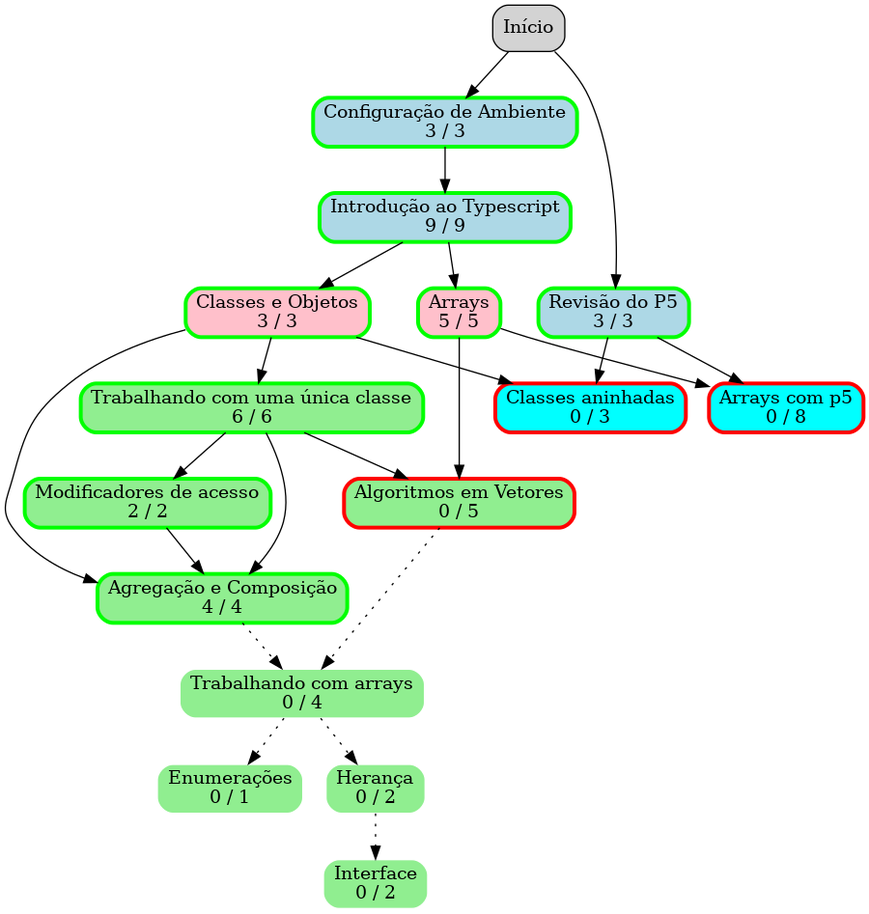
The Graphviz diagram graph.png in senapk/poots, before a commit. Its source is kept beside it as graph.dot. Source of this version:
```dot
digraph diag {
  node [penwidth=1, style="rounded,filled", shape=box]
  "Início" -> "Configuração de Ambiente\n3 / 3"
  "Configuração de Ambiente\n3 / 3" -> "Introdução ao Typescript\n9 / 9"
  "Início" -> "Revisão do P5\n3 / 3"
  "Introdução ao Typescript\n9 / 9" -> "Classes e Objetos\n3 / 3"
  "Introdução ao Typescript\n9 / 9" -> "Arrays\n5 / 5"
  "Classes e Objetos\n3 / 3" -> "Trabalhando com uma única classe\n6 / 6"
  "Trabalhando com uma única classe\n6 / 6" -> "Modificadores de acesso\n2 / 2"
  "Arrays\n5 / 5" -> "Algoritmos em Vetores\n0 / 5"
  "Trabalhando com uma única classe\n6 / 6" -> "Algoritmos em Vetores\n0 / 5"
  "Classes e Objetos\n3 / 3" -> "Agregação e Composição\n4 / 4"
  "Trabalhando com uma única classe\n6 / 6" -> "Agregação e Composição\n4 / 4"
  "Modificadores de acesso\n2 / 2" -> "Agregação e Composição\n4 / 4"
  "Algoritmos em Vetores\n0 / 5" -> "Trabalhando com arrays\n0 / 4" [style=dotted]
  "Agregação e Composição\n4 / 4" -> "Trabalhando com arrays\n0 / 4" [style=dotted]
  "Trabalhando com arrays\n0 / 4" -> "Enumerações\n0 / 1" [style=dotted]
  "Trabalhando com arrays\n0 / 4" -> "Herança\n0 / 2" [style=dotted]
  "Herança\n0 / 2" -> "Interface\n0 / 2" [style=dotted]
  "Revisão do P5\n3 / 3" -> "Classes aninhadas\n0 / 3"
  "Classes e Objetos\n3 / 3" -> "Classes aninhadas\n0 / 3"
  "Revisão do P5\n3 / 3" -> "Arrays com p5\n0 / 8"
  "Arrays\n5 / 5" -> "Arrays com p5\n0 / 8"
  "Configuração de Ambiente\n3 / 3" [shape=box, color=green, penwidth=3, fillcolor=lightblue]
  "Introdução ao Typescript\n9 / 9" [shape=box, color=green, penwidth=3, fillcolor=lightblue]
  "Revisão do P5\n3 / 3" [shape=box, color=green, penwidth=3, fillcolor=lightblue]
  "Classes e Objetos\n3 / 3" [shape=box, color=green, penwidth=3, fillcolor=pink]
  "Arrays\n5 / 5" [shape=box, color=green, penwidth=3, fillcolor=pink]
  "Trabalhando com uma única classe\n6 / 6" [shape=box, color=green, penwidth=3, fillcolor=lightgreen]
  "Modificadores de acesso\n2 / 2" [shape=box, color=green, penwidth=3, fillcolor=lightgreen]
  "Algoritmos em Vetores\n0 / 5" [shape=box, color=red, penwidth=3, fillcolor=lightgreen]
  "Agregação e Composição\n4 / 4" [shape=box, color=green, penwidth=3, fillcolor=lightgreen]
  "Trabalhando com arrays\n0 / 4" [shape=box, color=white, penwidth=1, fillcolor=lightgreen]
  "Enumerações\n0 / 1" [shape=box, color=white, penwidth=1, fillcolor=lightgreen]
  "Herança\n0 / 2" [shape=box, color=white, penwidth=1, fillcolor=lightgreen]
  "Interface\n0 / 2" [shape=box, color=white, penwidth=1, fillcolor=lightgreen]
  "Classes aninhadas\n0 / 3" [shape=box, color=red, penwidth=3, fillcolor=cyan]
  "Arrays com p5\n0 / 8" [shape=box, color=red, penwidth=3, fillcolor=cyan]
}
```
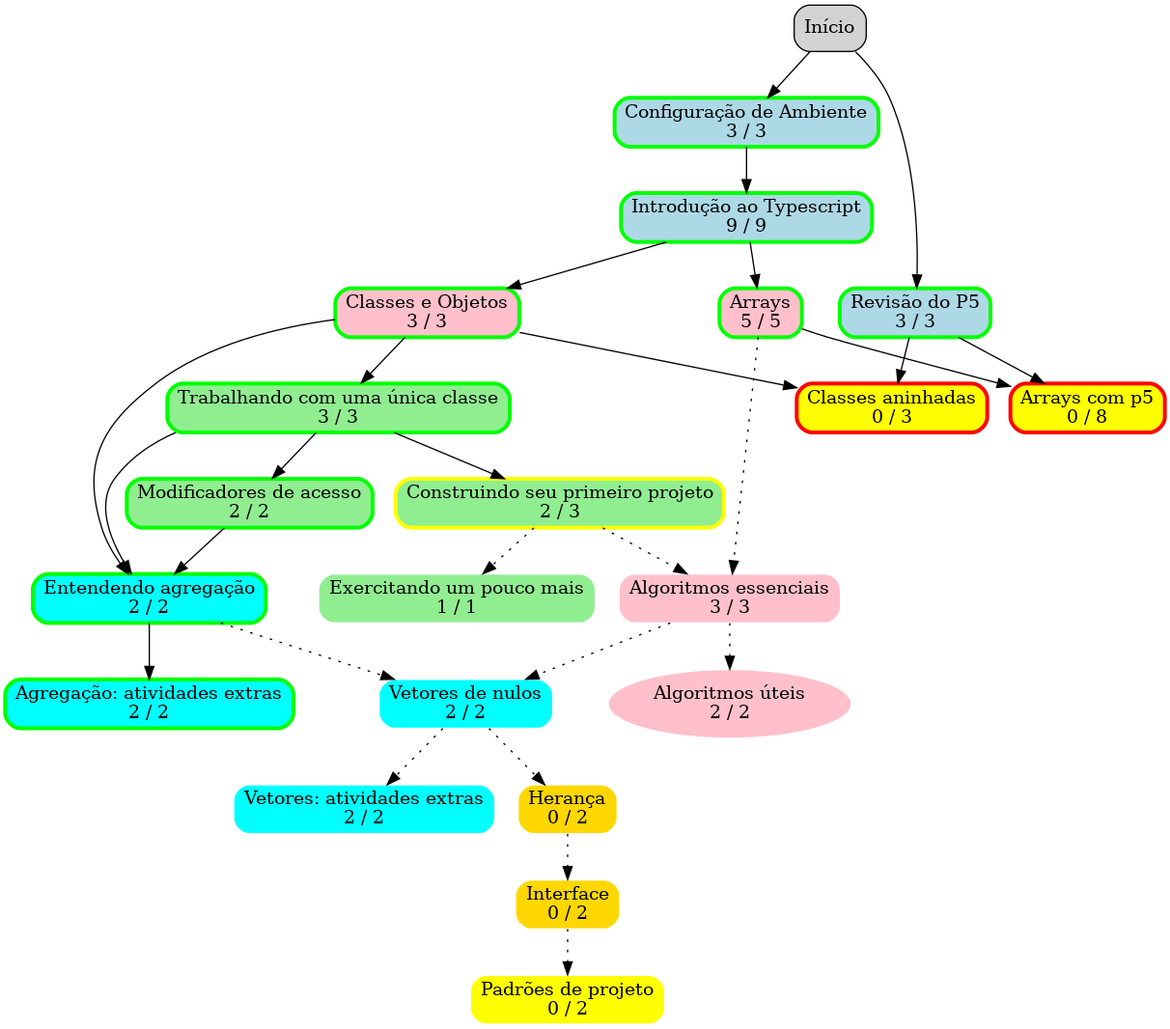
Later version of the same file.

Change to the diagram source:
```diff
@@ -5,35 +5,45 @@
   "Início" -> "Revisão do P5\n3 / 3"
   "Introdução ao Typescript\n9 / 9" -> "Classes e Objetos\n3 / 3"
   "Introdução ao Typescript\n9 / 9" -> "Arrays\n5 / 5"
-  "Classes e Objetos\n3 / 3" -> "Trabalhando com uma única classe\n6 / 6"
-  "Trabalhando com uma única classe\n6 / 6" -> "Modificadores de acesso\n2 / 2"
-  "Arrays\n5 / 5" -> "Algoritmos em Vetores\n0 / 5"
-  "Trabalhando com uma única classe\n6 / 6" -> "Algoritmos em Vetores\n0 / 5"
-  "Classes e Objetos\n3 / 3" -> "Agregação e Composição\n4 / 4"
-  "Trabalhando com uma única classe\n6 / 6" -> "Agregação e Composição\n4 / 4"
-  "Modificadores de acesso\n2 / 2" -> "Agregação e Composição\n4 / 4"
-  "Algoritmos em Vetores\n0 / 5" -> "Trabalhando com arrays\n0 / 4" [style=dotted]
-  "Agregação e Composição\n4 / 4" -> "Trabalhando com arrays\n0 / 4" [style=dotted]
-  "Trabalhando com arrays\n0 / 4" -> "Enumerações\n0 / 1" [style=dotted]
-  "Trabalhando com arrays\n0 / 4" -> "Herança\n0 / 2" [style=dotted]
+  "Arrays\n5 / 5" -> "Algoritmos essenciais\n3 / 3" [style=dotted]
+  "Construindo seu primeiro projeto\n2 / 3" -> "Algoritmos essenciais\n3 / 3" [style=dotted]
+  "Algoritmos essenciais\n3 / 3" -> "Algoritmos úteis\n2 / 2" [style=dotted]
+  "Classes e Objetos\n3 / 3" -> "Trabalhando com uma única classe\n3 / 3"
+  "Trabalhando com uma única classe\n3 / 3" -> "Construindo seu primeiro projeto\n2 / 3"
+  "Construindo seu primeiro projeto\n2 / 3" -> "Exercitando um pouco mais\n1 / 1" [style=dotted]
+  "Trabalhando com uma única classe\n3 / 3" -> "Modificadores de acesso\n2 / 2"
+  "Classes e Objetos\n3 / 3" -> "Entendendo agregação\n2 / 2"
+  "Trabalhando com uma única classe\n3 / 3" -> "Entendendo agregação\n2 / 2"
+  "Modificadores de acesso\n2 / 2" -> "Entendendo agregação\n2 / 2"
+  "Entendendo agregação\n2 / 2" -> "Agregação: atividades extras\n2 / 2"
+  "Algoritmos essenciais\n3 / 3" -> "Vetores de nulos\n2 / 2" [style=dotted]
+  "Entendendo agregação\n2 / 2" -> "Vetores de nulos\n2 / 2" [style=dotted]
+  "Vetores de nulos\n2 / 2" -> "Vetores: atividades extras\n2 / 2" [style=dotted]
+  "Vetores de nulos\n2 / 2" -> "Herança\n0 / 2" [style=dotted]
   "Herança\n0 / 2" -> "Interface\n0 / 2" [style=dotted]
   "Revisão do P5\n3 / 3" -> "Classes aninhadas\n0 / 3"
   "Classes e Objetos\n3 / 3" -> "Classes aninhadas\n0 / 3"
   "Revisão do P5\n3 / 3" -> "Arrays com p5\n0 / 8"
   "Arrays\n5 / 5" -> "Arrays com p5\n0 / 8"
+  "Interface\n0 / 2" -> "Padrões de projeto\n0 / 2" [style=dotted]
   "Configuração de Ambiente\n3 / 3" [shape=box, color=green, penwidth=3, fillcolor=lightblue]
   "Introdução ao Typescript\n9 / 9" [shape=box, color=green, penwidth=3, fillcolor=lightblue]
   "Revisão do P5\n3 / 3" [shape=box, color=green, penwidth=3, fillcolor=lightblue]
   "Classes e Objetos\n3 / 3" [shape=box, color=green, penwidth=3, fillcolor=pink]
   "Arrays\n5 / 5" [shape=box, color=green, penwidth=3, fillcolor=pink]
-  "Trabalhando com uma única classe\n6 / 6" [shape=box, color=green, penwidth=3, fillcolor=lightgreen]
+  "Algoritmos essenciais\n3 / 3" [shape=box, color=white, penwidth=1, fillcolor=pink]
+  "Algoritmos úteis\n2 / 2" [shape=ellipse, color=white, penwidth=1, fillcolor=pink]
+  "Trabalhando com uma única classe\n3 / 3" [shape=box, color=green, penwidth=3, fillcolor=lightgreen]
+  "Construindo seu primeiro projeto\n2 / 3" [shape=box, color=yellow, penwidth=3, fillcolor=lightgreen]
+  "Exercitando um pouco mais\n1 / 1" [shape=box, color=white, penwidth=1, fillcolor=lightgreen]
   "Modificadores de acesso\n2 / 2" [shape=box, color=green, penwidth=3, fillcolor=lightgreen]
-  "Algoritmos em Vetores\n0 / 5" [shape=box, color=red, penwidth=3, fillcolor=lightgreen]
-  "Agregação e Composição\n4 / 4" [shape=box, color=green, penwidth=3, fillcolor=lightgreen]
-  "Trabalhando com arrays\n0 / 4" [shape=box, color=white, penwidth=1, fillcolor=lightgreen]
-  "Enumerações\n0 / 1" [shape=box, color=white, penwidth=1, fillcolor=lightgreen]
-  "Herança\n0 / 2" [shape=box, color=white, penwidth=1, fillcolor=lightgreen]
-  "Interface\n0 / 2" [shape=box, color=white, penwidth=1, fillcolor=lightgreen]
-  "Classes aninhadas\n0 / 3" [shape=box, color=red, penwidth=3, fillcolor=cyan]
-  "Arrays com p5\n0 / 8" [shape=box, color=red, penwidth=3, fillcolor=cyan]
+  "Entendendo agregação\n2 / 2" [shape=box, color=green, penwidth=3, fillcolor=cyan]
+  "Agregação: atividades extras\n2 / 2" [shape=box, color=green, penwidth=3, fillcolor=cyan]
+  "Vetores de nulos\n2 / 2" [shape=box, color=white, penwidth=1, fillcolor=cyan]
+  "Vetores: atividades extras\n2 / 2" [shape=box, color=white, penwidth=1, fillcolor=cyan]
+  "Herança\n0 / 2" [shape=box, color=white, penwidth=1, fillcolor=gold]
+  "Interface\n0 / 2" [shape=box, color=white, penwidth=1, fillcolor=gold]
+  "Classes aninhadas\n0 / 3" [shape=box, color=red, penwidth=3, fillcolor=yellow]
+  "Arrays com p5\n0 / 8" [shape=box, color=red, penwidth=3, fillcolor=yellow]
+  "Padrões de projeto\n0 / 2" [shape=box, color=white, penwidth=1, fillcolor=yellow]
 }
```
